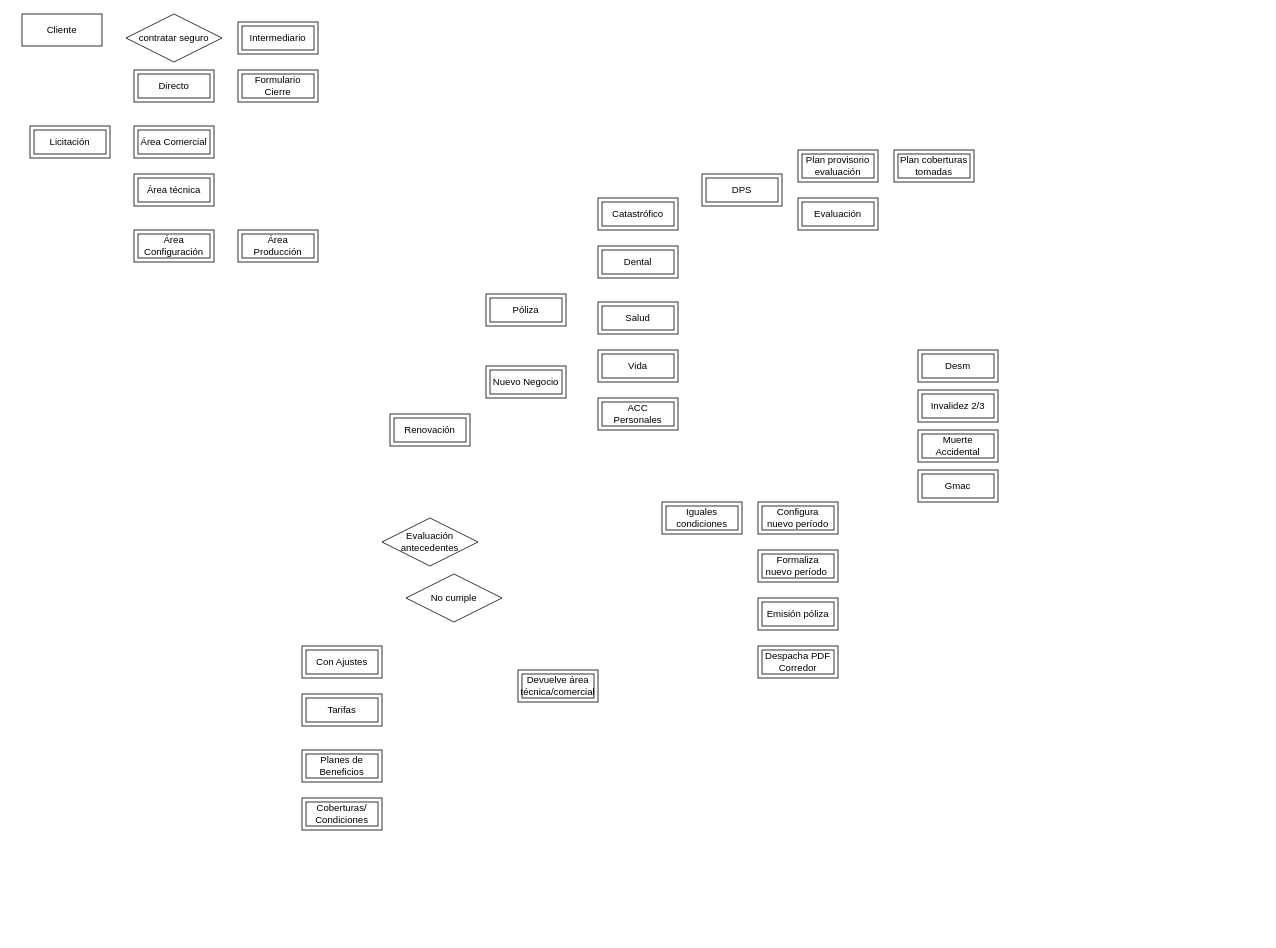
Earlier version of the draw.io diagram Diagrama sin título.drawio (gloriagutierrez2025/DF-E2). Source tidied: cells renumbered, new cells numbered last; positions are measured from the earlier drawing's top-left corner, leaving out a move shared by most shapes. Both pictures are drawn from the tidied source at 80%, with x=0, y=0 at pixel (22, 14).
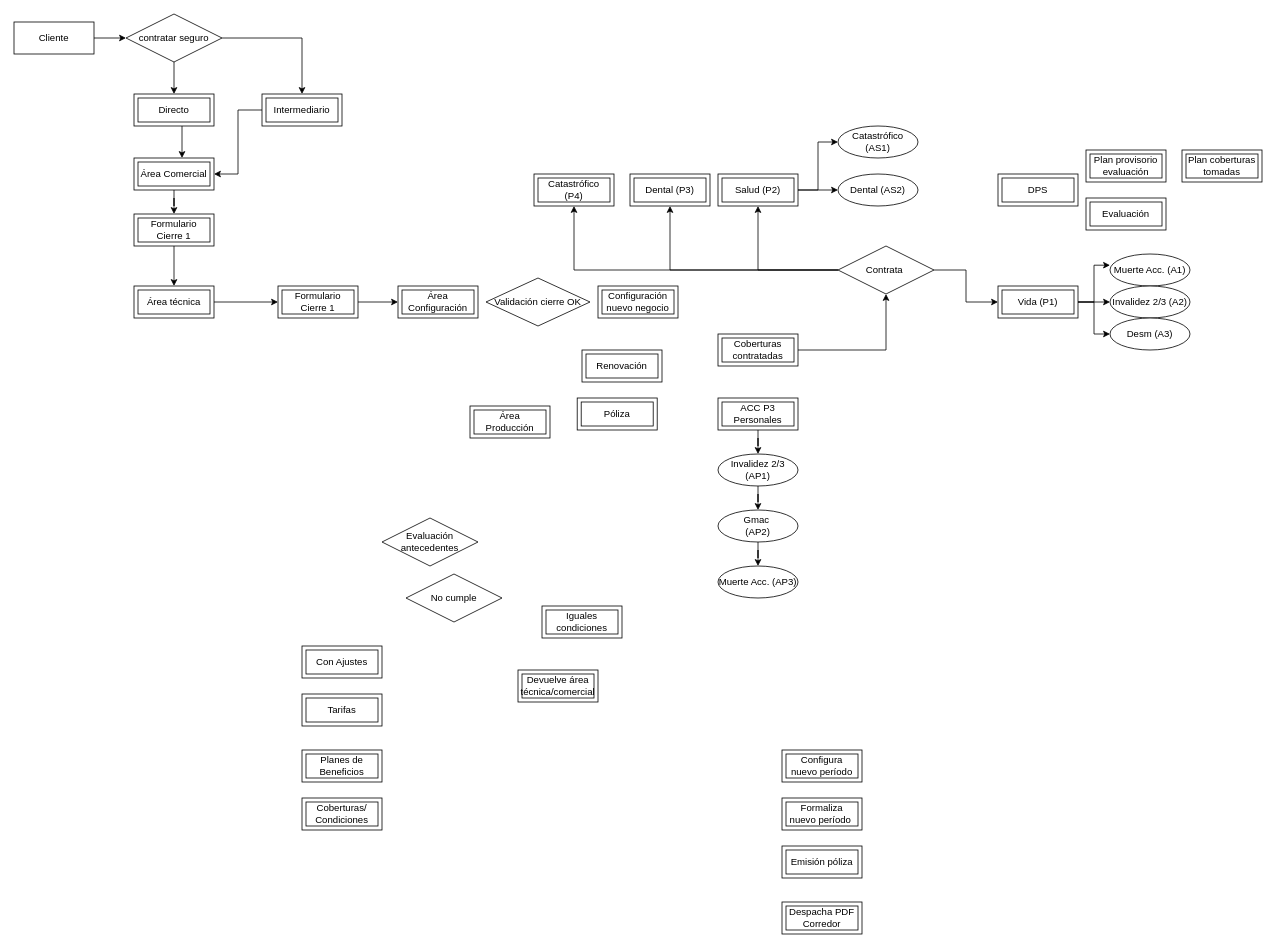
The same diagram, later.

Commit message:
Actualizar Diagrama .drawio

Unchanged cells that the change refers to:
```xml
<mxCell id="37" value="contratar seguro" style="shape=rhombus;perimeter=rhombusPerimeter;whiteSpace=wrap;html=1;align=center;" parent="1" vertex="1">
  <mxGeometry x="130" width="120" height="60" as="geometry" />
</mxCell>
```

Diff of the diagram source:
```diff
@@
+    <mxCell id="40" style="edgeStyle=orthogonalEdgeStyle;rounded=0;jettySize=auto;html=1;" parent="1" edge="1" source="2" target="37">
+      <mxGeometry relative="1" as="geometry" />
+    </mxCell>
     <mxCell id="2" value="Cliente" style="whiteSpace=wrap;html=1;align=center;" parent="1" vertex="1">
-      <mxGeometry width="100" height="40" as="geometry" />
+      <mxGeometry x="-10" y="10" width="100" height="40" as="geometry" />
     </mxCell>
     <mxCell id="3" value="Póliza" style="shape=ext;margin=3;double=1;whiteSpace=wrap;html=1;align=center;" parent="1" vertex="1">
-      <mxGeometry x="580" y="350" width="100" height="40" as="geometry" />
+      <mxGeometry x="694" y="480" width="100" height="40" as="geometry" />
     </mxCell>
-    <mxCell id="4" value="Dental" style="shape=ext;margin=3;double=1;whiteSpace=wrap;html=1;align=center;" parent="1" vertex="1">
-      <mxGeometry x="720" y="290" width="100" height="40" as="geometry" />
+    <mxCell id="4" value="Dental (P3)" style="shape=ext;margin=3;double=1;whiteSpace=wrap;html=1;align=center;" parent="1" vertex="1">
+      <mxGeometry x="760" y="200" width="100" height="40" as="geometry" />
     </mxCell>
+    <mxCell id="41" style="edgeStyle=orthogonalEdgeStyle;rounded=0;jettySize=auto;html=1;" parent="1" edge="1" source="5" target="58">
+      <mxGeometry relative="1" as="geometry" />
+    </mxCell>
+    <mxCell id="42" style="edgeStyle=orthogonalEdgeStyle;rounded=0;jettySize=auto;html=1;entryX=0;entryY=0.5;entryDx=0;entryDy=0;" parent="1" edge="1" source="5" target="63">
+      <mxGeometry relative="1" as="geometry" />
+    </mxCell>
-    <mxCell id="5" value="Vida" style="shape=ext;margin=3;double=1;whiteSpace=wrap;html=1;align=center;" parent="1" vertex="1">
-      <mxGeometry x="720" y="420" width="100" height="40" as="geometry" />
+    <mxCell id="5" value="Vida (P1)" style="shape=ext;margin=3;double=1;whiteSpace=wrap;html=1;align=center;" parent="1" vertex="1">
+      <mxGeometry x="1220" y="340" width="100" height="40" as="geometry" />
     </mxCell>
-    <mxCell id="6" value="Catastrófico" style="shape=ext;margin=3;double=1;whiteSpace=wrap;html=1;align=center;" parent="1" vertex="1">
-      <mxGeometry x="720" y="230" width="100" height="40" as="geometry" />
+    <mxCell id="6" value="Catastrófico (P4)" style="shape=ext;margin=3;double=1;whiteSpace=wrap;html=1;align=center;" parent="1" vertex="1">
+      <mxGeometry x="640" y="200" width="100" height="40" as="geometry" />
     </mxCell>
+    <mxCell id="43" style="edgeStyle=orthogonalEdgeStyle;rounded=0;jettySize=auto;html=1;" parent="1" edge="1" source="7" target="61">
+      <mxGeometry relative="1" as="geometry" />
+    </mxCell>
+    <mxCell id="44" style="edgeStyle=orthogonalEdgeStyle;rounded=0;jettySize=auto;html=1;entryX=0;entryY=0.5;entryDx=0;entryDy=0;" parent="1" edge="1" source="7" target="62">
+      <mxGeometry relative="1" as="geometry" />
+    </mxCell>
-    <mxCell id="7" value="Salud" style="shape=ext;margin=3;double=1;whiteSpace=wrap;html=1;align=center;" parent="1" vertex="1">
-      <mxGeometry x="720" y="360" width="100" height="40" as="geometry" />
+    <mxCell id="7" value="Salud (P2)" style="shape=ext;margin=3;double=1;whiteSpace=wrap;html=1;align=center;" parent="1" vertex="1">
+      <mxGeometry x="870" y="200" width="100" height="40" as="geometry" />
     </mxCell>
-    <mxCell id="8" value="Muerte Accidental" style="shape=ext;margin=3;double=1;whiteSpace=wrap;html=1;align=center;" parent="1" vertex="1">
-      <mxGeometry x="1120" y="520" width="100" height="40" as="geometry" />
-    </mxCell>
-    <mxCell id="9" value="Desm" style="shape=ext;margin=3;double=1;whiteSpace=wrap;html=1;align=center;" parent="1" vertex="1">
-      <mxGeometry x="1120" y="420" width="100" height="40" as="geometry" />
-    </mxCell>
-    <mxCell id="10" value="Invalidez 2/3" style="shape=ext;margin=3;double=1;whiteSpace=wrap;html=1;align=center;" parent="1" vertex="1">
-      <mxGeometry x="1120" y="470" width="100" height="40" as="geometry" />
-    </mxCell>
+    <mxCell id="45" style="edgeStyle=orthogonalEdgeStyle;rounded=0;jettySize=auto;html=1;" parent="1" edge="1" source="11" target="60">
+      <mxGeometry relative="1" as="geometry" />
+    </mxCell>
-    <mxCell id="11" value="ACC Personales" style="shape=ext;margin=3;double=1;whiteSpace=wrap;html=1;align=center;" parent="1" vertex="1">
-      <mxGeometry x="720" y="480" width="100" height="40" as="geometry" />
+    <mxCell id="11" value="ACC P3 Personales" style="shape=ext;margin=3;double=1;whiteSpace=wrap;html=1;align=center;" parent="1" vertex="1">
+      <mxGeometry x="870" y="480" width="100" height="40" as="geometry" />
     </mxCell>
-    <mxCell id="12" value="Gmac" style="shape=ext;margin=3;double=1;whiteSpace=wrap;html=1;align=center;" parent="1" vertex="1">
-      <mxGeometry x="1120" y="570" width="100" height="40" as="geometry" />
-    </mxCell>
     <mxCell id="13" value="DPS" style="shape=ext;margin=3;double=1;whiteSpace=wrap;html=1;align=center;" parent="1" vertex="1">
-      <mxGeometry x="850" y="200" width="100" height="40" as="geometry" />
+      <mxGeometry x="1220" y="200" width="100" height="40" as="geometry" />
     </mxCell>
     <mxCell id="14" value="Evaluación" style="shape=ext;margin=3;double=1;whiteSpace=wrap;html=1;align=center;" parent="1" vertex="1">
-      <mxGeometry x="970" y="230" width="100" height="40" as="geometry" />
+      <mxGeometry x="1330" y="230" width="100" height="40" as="geometry" />
     </mxCell>
     <mxCell id="15" value="Plan provisorio evaluación" style="shape=ext;margin=3;double=1;whiteSpace=wrap;html=1;align=center;" parent="1" vertex="1">
-      <mxGeometry x="970" y="170" width="100" height="40" as="geometry" />
+      <mxGeometry x="1330" y="170" width="100" height="40" as="geometry" />
     </mxCell>
     <mxCell id="16" value="Plan coberturas tomadas" style="shape=ext;margin=3;double=1;whiteSpace=wrap;html=1;align=center;" parent="1" vertex="1">
-      <mxGeometry x="1090" y="170" width="100" height="40" as="geometry" />
+      <mxGeometry x="1450" y="170" width="100" height="40" as="geometry" />
     </mxCell>
     <mxCell id="17" value="Renovación" style="shape=ext;margin=3;double=1;whiteSpace=wrap;html=1;align=center;" parent="1" vertex="1">
-      <mxGeometry x="460" y="500" width="100" height="40" as="geometry" />
+      <mxGeometry x="700" y="420" width="100" height="40" as="geometry" />
     </mxCell>
-    <mxCell id="18" value="Nuevo Negocio" style="shape=ext;margin=3;double=1;whiteSpace=wrap;html=1;align=center;" parent="1" vertex="1">
-      <mxGeometry x="580" y="440" width="100" height="40" as="geometry" />
-    </mxCell>
     <mxCell id="19" value="Iguales condiciones" style="shape=ext;margin=3;double=1;whiteSpace=wrap;html=1;align=center;" parent="1" vertex="1">
-      <mxGeometry x="800" y="610" width="100" height="40" as="geometry" />
+      <mxGeometry x="650" y="740" width="100" height="40" as="geometry" />
     </mxCell>
@@
     <mxCell id="24" value="Formaliza nuevo período&amp;nbsp;" style="shape=ext;margin=3;double=1;whiteSpace=wrap;html=1;align=center;" parent="1" vertex="1">
-      <mxGeometry x="920" y="670" width="100" height="40" as="geometry" />
+      <mxGeometry x="950" y="980" width="100" height="40" as="geometry" />
     </mxCell>
     <mxCell id="25" value="Configura nuevo período" style="shape=ext;margin=3;double=1;whiteSpace=wrap;html=1;align=center;" parent="1" vertex="1">
-      <mxGeometry x="920" y="610" width="100" height="40" as="geometry" />
+      <mxGeometry x="950" y="920" width="100" height="40" as="geometry" />
     </mxCell>
     <mxCell id="26" value="Emisión póliza" style="shape=ext;margin=3;double=1;whiteSpace=wrap;html=1;align=center;" parent="1" vertex="1">
-      <mxGeometry x="920" y="730" width="100" height="40" as="geometry" />
+      <mxGeometry x="950" y="1040" width="100" height="40" as="geometry" />
     </mxCell>
@@
     <mxCell id="28" value="Despacha PDF Corredor" style="shape=ext;margin=3;double=1;whiteSpace=wrap;html=1;align=center;" parent="1" vertex="1">
-      <mxGeometry x="920" y="790" width="100" height="40" as="geometry" />
+      <mxGeometry x="950" y="1110" width="100" height="40" as="geometry" />
     </mxCell>
+    <mxCell id="46" style="edgeStyle=orthogonalEdgeStyle;rounded=0;jettySize=auto;html=1;" parent="1" edge="1" source="29" target="54">
+      <mxGeometry relative="1" as="geometry" />
+    </mxCell>
-    <mxCell id="29" value="Área Configuración" style="shape=ext;margin=3;double=1;whiteSpace=wrap;html=1;align=center;" parent="1" vertex="1">
-      <mxGeometry x="140" y="270" width="100" height="40" as="geometry" />
+    <mxCell id="29" value="Formulario Cierre 1" style="shape=ext;margin=3;double=1;whiteSpace=wrap;html=1;align=center;" parent="1" vertex="1">
+      <mxGeometry x="320" y="340" width="100" height="40" as="geometry" />
     </mxCell>
@@
+    <mxCell id="47" style="edgeStyle=orthogonalEdgeStyle;rounded=0;jettySize=auto;html=1;" parent="1" edge="1" source="32" target="39">
+      <mxGeometry relative="1" as="geometry" />
+    </mxCell>
     <mxCell id="32" value="Área Comercial" style="shape=ext;margin=3;double=1;whiteSpace=wrap;html=1;align=center;" parent="1" vertex="1">
-      <mxGeometry x="140" y="140" width="100" height="40" as="geometry" />
+      <mxGeometry x="140" y="180" width="100" height="40" as="geometry" />
     </mxCell>
+    <mxCell id="48" style="edgeStyle=orthogonalEdgeStyle;rounded=0;jettySize=auto;html=1;" parent="1" edge="1" source="33" target="29">
+      <mxGeometry relative="1" as="geometry" />
+    </mxCell>
     <mxCell id="33" value="Área técnica" style="shape=ext;margin=3;double=1;whiteSpace=wrap;html=1;align=center;" parent="1" vertex="1">
-      <mxGeometry x="140" y="200" width="100" height="40" as="geometry" />
+      <mxGeometry x="140" y="340" width="100" height="40" as="geometry" />
     </mxCell>
+    <mxCell id="49" style="edgeStyle=orthogonalEdgeStyle;rounded=0;jettySize=auto;html=1;" parent="1" edge="1" source="34" target="32">
+      <mxGeometry relative="1" as="geometry">
+        <Array as="points">
+          <mxPoint x="200" y="150" />
+          <mxPoint x="200" y="150" />
+        </Array>
+      </mxGeometry>
+    </mxCell>
     <mxCell id="34" value="Directo" style="shape=ext;margin=3;double=1;whiteSpace=wrap;html=1;align=center;" parent="1" vertex="1">
-      <mxGeometry x="140" y="70" width="100" height="40" as="geometry" />
+      <mxGeometry x="140" y="100" width="100" height="40" as="geometry" />
     </mxCell>
+    <mxCell id="50" style="edgeStyle=orthogonalEdgeStyle;rounded=0;jettySize=auto;html=1;entryX=1;entryY=0.5;entryDx=0;entryDy=0;" parent="1" edge="1" source="35" target="32">
+      <mxGeometry relative="1" as="geometry" />
+    </mxCell>
     <mxCell id="35" value="Intermediario" style="shape=ext;margin=3;double=1;whiteSpace=wrap;html=1;align=center;" parent="1" vertex="1">
-      <mxGeometry x="270" y="10" width="100" height="40" as="geometry" />
+      <mxGeometry x="300" y="100" width="100" height="40" as="geometry" />
     </mxCell>
     <mxCell id="36" value="Área Producción" style="shape=ext;margin=3;double=1;whiteSpace=wrap;html=1;align=center;" parent="1" vertex="1">
-      <mxGeometry x="270" y="270" width="100" height="40" as="geometry" />
+      <mxGeometry x="560" y="490" width="100" height="40" as="geometry" />
     </mxCell>
+    <mxCell id="51" style="edgeStyle=orthogonalEdgeStyle;rounded=0;jettySize=auto;html=1;" parent="1" edge="1" source="37" target="34">
+      <mxGeometry relative="1" as="geometry" />
+    </mxCell>
+    <mxCell id="52" style="edgeStyle=orthogonalEdgeStyle;rounded=0;jettySize=auto;html=1;" parent="1" edge="1" source="37" target="35">
+      <mxGeometry relative="1" as="geometry" />
+    </mxCell>
@@
-    <mxCell id="38" value="Licitación" style="shape=ext;margin=3;double=1;whiteSpace=wrap;html=1;align=center;" parent="1" vertex="1">
-      <mxGeometry x="10" y="140" width="100" height="40" as="geometry" />
-    </mxCell>
+    <mxCell id="53" style="edgeStyle=orthogonalEdgeStyle;rounded=0;jettySize=auto;html=1;" parent="1" edge="1" source="39" target="33">
+      <mxGeometry relative="1" as="geometry" />
+    </mxCell>
-    <mxCell id="39" value="Formulario Cierre" style="shape=ext;margin=3;double=1;whiteSpace=wrap;html=1;align=center;" parent="1" vertex="1">
-      <mxGeometry x="270" y="70" width="100" height="40" as="geometry" />
+    <mxCell id="39" value="Formulario Cierre 1" style="shape=ext;margin=3;double=1;whiteSpace=wrap;html=1;align=center;" parent="1" vertex="1">
+      <mxGeometry x="140" y="250" width="100" height="40" as="geometry" />
     </mxCell>
+    <mxCell id="54" value="Área Configuración" style="shape=ext;margin=3;double=1;whiteSpace=wrap;html=1;align=center;" parent="1" vertex="1">
+      <mxGeometry x="470" y="340" width="100" height="40" as="geometry" />
+    </mxCell>
+    <mxCell id="55" value="Validación cierre OK" style="shape=rhombus;perimeter=rhombusPerimeter;whiteSpace=wrap;html=1;align=center;" parent="1" vertex="1">
+      <mxGeometry x="580" y="330" width="130" height="60" as="geometry" />
+    </mxCell>
+    <mxCell id="56" value="Muerte Acc. (A1)" style="ellipse;whiteSpace=wrap;html=1;align=center;" parent="1" vertex="1">
+      <mxGeometry x="1360" y="300" width="100" height="40" as="geometry" />
+    </mxCell>
+    <mxCell id="57" value="Muerte Acc. (AP3)" style="ellipse;whiteSpace=wrap;html=1;align=center;" parent="1" vertex="1">
+      <mxGeometry x="870" y="690" width="100" height="40" as="geometry" />
+    </mxCell>
+    <mxCell id="58" value="Invalidez 2/3 (A2)" style="ellipse;whiteSpace=wrap;html=1;align=center;" parent="1" vertex="1">
+      <mxGeometry x="1360" y="340" width="100" height="40" as="geometry" />
+    </mxCell>
+    <mxCell id="59" style="edgeStyle=orthogonalEdgeStyle;rounded=0;jettySize=auto;html=1;" parent="1" edge="1" source="60" target="65">
+      <mxGeometry relative="1" as="geometry" />
+    </mxCell>
+    <mxCell id="60" value="Invalidez 2/3 (AP1)" style="ellipse;whiteSpace=wrap;html=1;align=center;" parent="1" vertex="1">
+      <mxGeometry x="870" y="550" width="100" height="40" as="geometry" />
+    </mxCell>
+    <mxCell id="61" value="Dental (AS2)" style="ellipse;whiteSpace=wrap;html=1;align=center;" parent="1" vertex="1">
+      <mxGeometry x="1020" y="200" width="100" height="40" as="geometry" />
+    </mxCell>
+    <mxCell id="62" value="Catastrófico (AS1)" style="ellipse;whiteSpace=wrap;html=1;align=center;" parent="1" vertex="1">
+      <mxGeometry x="1020" y="140" width="100" height="40" as="geometry" />
+    </mxCell>
+    <mxCell id="63" value="Desm (A3)" style="ellipse;whiteSpace=wrap;html=1;align=center;" parent="1" vertex="1">
+      <mxGeometry x="1360" y="380" width="100" height="40" as="geometry" />
+    </mxCell>
+    <mxCell id="64" style="edgeStyle=orthogonalEdgeStyle;rounded=0;jettySize=auto;html=1;" parent="1" edge="1" source="65" target="57">
+      <mxGeometry relative="1" as="geometry" />
+    </mxCell>
+    <mxCell id="65" value="Gmac&amp;nbsp;&lt;div&gt;(AP2)&lt;/div&gt;" style="ellipse;whiteSpace=wrap;html=1;align=center;" parent="1" vertex="1">
+      <mxGeometry x="870" y="620" width="100" height="40" as="geometry" />
+    </mxCell>
+    <mxCell id="66" style="edgeStyle=orthogonalEdgeStyle;rounded=0;orthogonalLoop=1;jettySize=auto;html=1;exitX=0.5;exitY=1;exitDx=0;exitDy=0;" parent="1" edge="1" source="57" target="57">
+      <mxGeometry relative="1" as="geometry" />
+    </mxCell>
+    <mxCell id="67" style="edgeStyle=orthogonalEdgeStyle;rounded=0;jettySize=auto;html=1;entryX=0;entryY=0.35;entryDx=0;entryDy=0;entryPerimeter=0;" parent="1" edge="1" source="5" target="56">
+      <mxGeometry relative="1" as="geometry" />
+    </mxCell>
+    <mxCell id="68" value="Configuración nuevo negocio" style="shape=ext;margin=3;double=1;whiteSpace=wrap;html=1;align=center;" parent="1" vertex="1">
+      <mxGeometry x="720" y="340" width="100" height="40" as="geometry" />
+    </mxCell>
+    <mxCell id="69" style="edgeStyle=orthogonalEdgeStyle;rounded=0;jettySize=auto;html=1;" parent="1" edge="1" source="70" target="75">
+      <mxGeometry relative="1" as="geometry" />
+    </mxCell>
+    <mxCell id="70" value="Coberturas contratadas" style="shape=ext;margin=3;double=1;whiteSpace=wrap;html=1;align=center;" parent="1" vertex="1">
+      <mxGeometry x="870" y="400" width="100" height="40" as="geometry" />
+    </mxCell>
+    <mxCell id="71" style="edgeStyle=orthogonalEdgeStyle;rounded=0;jettySize=auto;html=1;" parent="1" edge="1" source="75" target="5">
+      <mxGeometry relative="1" as="geometry" />
+    </mxCell>
+    <mxCell id="72" style="edgeStyle=orthogonalEdgeStyle;rounded=0;jettySize=auto;html=1;entryX=0.5;entryY=1;entryDx=0;entryDy=0;" parent="1" edge="1" source="75" target="7">
+      <mxGeometry relative="1" as="geometry" />
+    </mxCell>
+    <mxCell id="73" style="edgeStyle=orthogonalEdgeStyle;rounded=0;jettySize=auto;html=1;entryX=0.5;entryY=1;entryDx=0;entryDy=0;" parent="1" edge="1" source="75" target="4">
+      <mxGeometry relative="1" as="geometry" />
+    </mxCell>
+    <mxCell id="74" style="edgeStyle=orthogonalEdgeStyle;rounded=0;jettySize=auto;html=1;entryX=0.5;entryY=1;entryDx=0;entryDy=0;" parent="1" edge="1" source="75" target="6">
+      <mxGeometry relative="1" as="geometry" />
+    </mxCell>
+    <mxCell id="75" value="Contrata&amp;nbsp;" style="shape=rhombus;perimeter=rhombusPerimeter;whiteSpace=wrap;html=1;align=center;" parent="1" vertex="1">
+      <mxGeometry x="1020" y="290" width="120" height="60" as="geometry" />
+    </mxCell>
```
